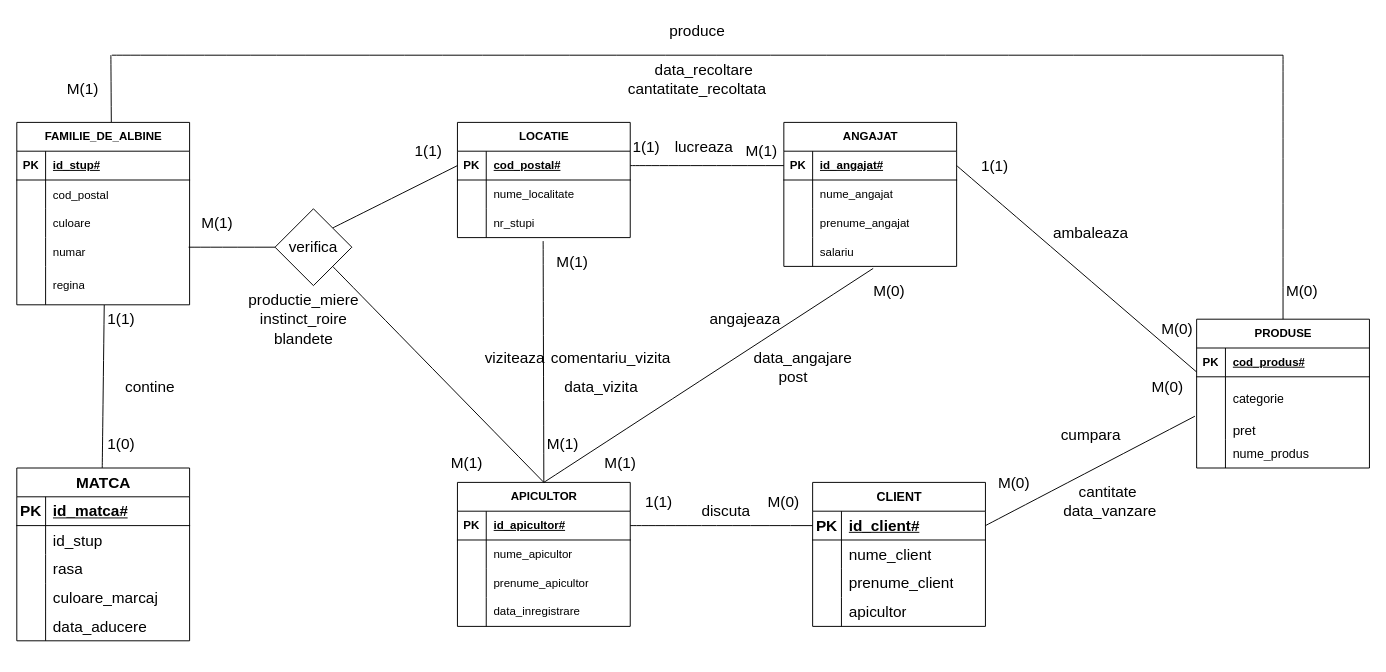
This is page "Page-1" (1 of 2) of Diagramă fără titlu.drawio from Matoka26/DataBase-Stupina, a draw.io file, before an edit. Source tidied: cells renumbered, new cells numbered last; positions are measured from the earlier drawing's top-left corner, leaving out a move shared by most shapes. Both pictures are drawn from the tidied source at 96%, with x=0, y=0 at pixel (16, 16).
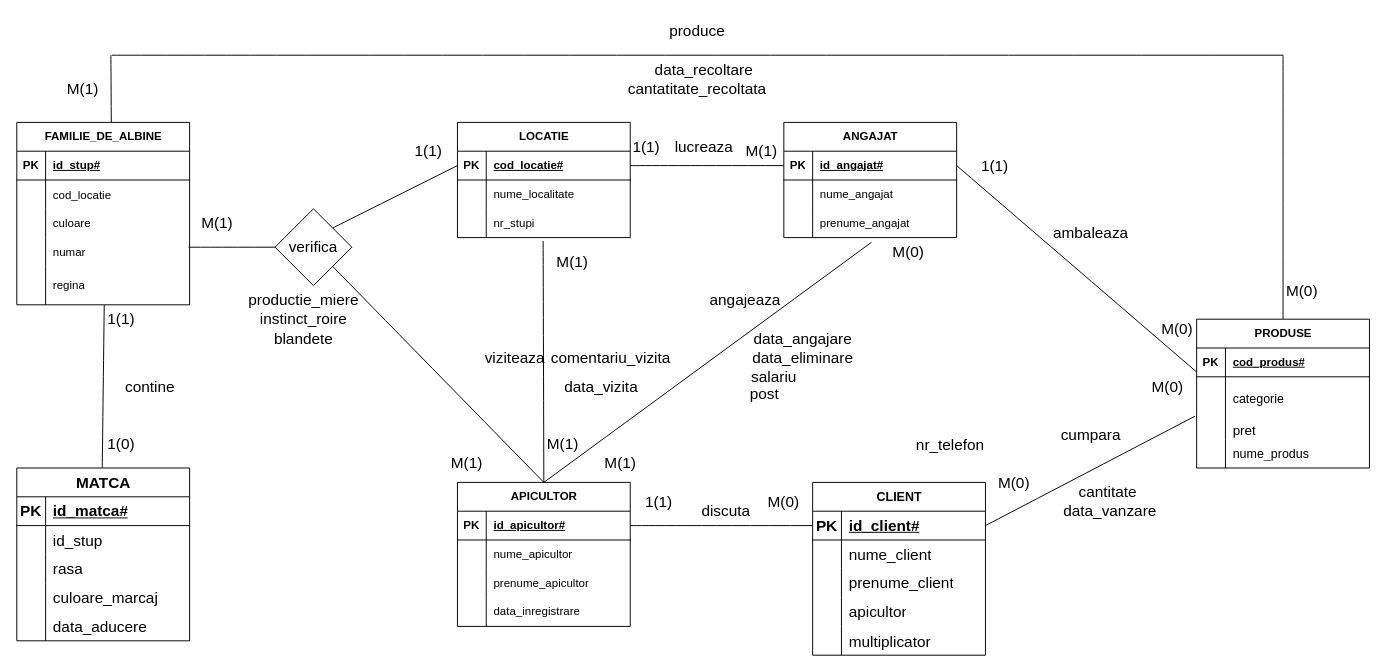
The same diagram, later.

The change refers to these unchanged cells:
```xml
<mxCell id="2" value="APICULTOR" style="shape=table;startSize=30;childLayout=tableLayout;rowLines=0;fontStyle=1;align=center;html=1;" parent="1" vertex="1">
  <mxGeometry x="459" y="485" width="180" height="150" as="geometry" />
</mxCell>
<mxCell id="16" style="shape=tableRow;horizontal=0;startSize=0;swimlaneHead=0;swimlaneBody=0;fillColor=none;points=[[0,0.5],[1,0.5]];portConstraint=eastwest;top=0;left=0;right=0;bottom=1;" parent="15" vertex="1">
  <mxGeometry y="30" width="180" height="30" as="geometry" />
</mxCell>
<mxCell id="32" style="shape=tableRow;horizontal=0;startSize=0;swimlaneHead=0;swimlaneBody=0;fillColor=none;points=[[0,0.5],[1,0.5]];portConstraint=eastwest;top=0;left=0;right=0;bottom=0;" parent="25" vertex="1">
  <mxGeometry y="90" width="180" height="30" as="geometry" />
</mxCell>
<mxCell id="42" style="shape=tableRow;horizontal=0;startSize=0;swimlaneHead=0;swimlaneBody=0;fillColor=none;top=0;left=0;right=0;bottom=0;fontSize=16;" parent="38" vertex="1">
  <mxGeometry y="60" width="180" height="30" as="geometry" />
</mxCell>
```

What changed in the source:
```diff
@@
-    <mxCell id="18" value="cod_postal#" style="shape=partialRectangle;fillColor=none;top=0;left=0;bottom=0;right=0;align=left;spacingLeft=6;fontStyle=5;overflow=hidden;whiteSpace=wrap;html=1;" parent="16" vertex="1">
+    <mxCell id="18" value="cod_locatie#" style="shape=partialRectangle;fillColor=none;top=0;left=0;bottom=0;right=0;align=left;spacingLeft=6;fontStyle=5;overflow=hidden;whiteSpace=wrap;html=1;" parent="16" vertex="1">
       <mxGeometry x="30" width="150" height="30" as="geometry" />
     </mxCell>
@@
     <mxCell id="25" value="ANGAJAT" style="shape=table;startSize=30;childLayout=tableLayout;rowLines=0;fontStyle=1;align=center;html=1;" parent="1" vertex="1">
-      <mxGeometry x="799" y="110" width="180" height="150" as="geometry" />
+      <mxGeometry x="799" y="110" width="180" height="120" as="geometry" />
     </mxCell>
@@
-    <mxCell id="35" style="shape=tableRow;horizontal=0;startSize=0;swimlaneHead=0;swimlaneBody=0;fillColor=none;points=[[0,0.5],[1,0.5]];portConstraint=eastwest;top=0;left=0;right=0;bottom=0;" parent="25" vertex="1">
-      <mxGeometry y="120" width="180" height="30" as="geometry" />
-    </mxCell>
-    <mxCell id="36" style="shape=partialRectangle;fillColor=none;top=0;left=0;bottom=0;right=0;overflow=hidden;" parent="35" vertex="1">
-      <mxGeometry width="30" height="30" as="geometry" />
-    </mxCell>
-    <mxCell id="37" value="salariu" style="shape=partialRectangle;fillColor=none;top=0;left=0;bottom=0;right=0;align=left;spacingLeft=6;overflow=hidden;" parent="35" vertex="1">
-      <mxGeometry x="30" width="150" height="30" as="geometry" />
-    </mxCell>
@@
-    <mxCell id="44" value="cod_postal" style="shape=partialRectangle;fillColor=none;top=0;left=0;bottom=0;right=0;align=left;spacingLeft=6;overflow=hidden;fontSize=12;" parent="42" vertex="1">
+    <mxCell id="44" value="cod_locatie" style="shape=partialRectangle;fillColor=none;top=0;left=0;bottom=0;right=0;align=left;spacingLeft=6;overflow=hidden;fontSize=12;" parent="42" vertex="1">
       <mxGeometry x="30" width="150" height="30" as="geometry" />
     </mxCell>
@@
     <mxCell id="67" value="CLIENT" style="shape=table;startSize=30;childLayout=tableLayout;rowLines=0;fontStyle=1;align=center;html=1;fontSize=13;" parent="1" vertex="1">
-      <mxGeometry x="829" y="485" width="180" height="150" as="geometry" />
+      <mxGeometry x="829" y="485" width="180" height="180" as="geometry" />
     </mxCell>
@@
+    <mxCell id="150" style="shape=tableRow;horizontal=0;startSize=0;swimlaneHead=0;swimlaneBody=0;fillColor=none;top=0;left=0;right=0;bottom=0;fontSize=16;" parent="67" vertex="1">
+      <mxGeometry y="150" width="180" height="30" as="geometry" />
+    </mxCell>
+    <mxCell id="151" style="shape=partialRectangle;fillColor=none;top=0;left=0;bottom=0;right=0;overflow=hidden;fontSize=16;" parent="150" vertex="1">
+      <mxGeometry width="30" height="30" as="geometry" />
+    </mxCell>
+    <mxCell id="152" value="multiplicator" style="shape=partialRectangle;fillColor=none;top=0;left=0;bottom=0;right=0;align=left;spacingLeft=6;overflow=hidden;fontSize=16;" parent="150" vertex="1">
+      <mxGeometry x="30" width="150" height="30" as="geometry" />
+    </mxCell>
@@
-    <mxCell id="93" style="endArrow=none;html=1;rounded=0;fontSize=12;startSize=8;endSize=8;curved=1;entryX=0.517;entryY=1.07;entryDx=0;entryDy=0;entryPerimeter=0;exitX=0.5;exitY=0;exitDx=0;exitDy=0;" parent="1" edge="1" source="2" target="35">
+    <mxCell id="93" style="endArrow=none;html=1;rounded=0;fontSize=12;startSize=8;endSize=8;curved=1;entryX=0.507;entryY=1.164;entryDx=0;entryDy=0;entryPerimeter=0;exitX=0.5;exitY=0;exitDx=0;exitDy=0;" parent="1" edge="1" source="2" target="32">
       <mxGeometry relative="1" as="geometry" />
     </mxCell>
@@
     <mxCell id="99" value="M(0)" style="text;html=1;strokeColor=none;fillColor=none;align=center;verticalAlign=middle;whiteSpace=wrap;rounded=0;fontSize=16;" parent="1" vertex="1">
-      <mxGeometry x="879" y="270" width="60" height="30" as="geometry" />
+      <mxGeometry x="899" y="230" width="60" height="30" as="geometry" />
     </mxCell>
@@
     <mxCell id="101" value="angajeaza" style="text;html=1;strokeColor=none;fillColor=none;align=center;verticalAlign=middle;whiteSpace=wrap;rounded=0;fontSize=16;" parent="1" vertex="1">
-      <mxGeometry x="729" y="300" width="60" height="30" as="geometry" />
+      <mxGeometry x="729" y="280" width="60" height="30" as="geometry" />
     </mxCell>
     <mxCell id="102" value="data_angajare" style="text;html=1;strokeColor=none;fillColor=none;align=center;verticalAlign=middle;whiteSpace=wrap;rounded=0;fontSize=16;" parent="1" vertex="1">
-      <mxGeometry x="789" y="340" width="60" height="30" as="geometry" />
+      <mxGeometry x="789" y="320" width="60" height="30" as="geometry" />
     </mxCell>
-    <mxCell id="103" value="post" style="text;html=1;strokeColor=none;fillColor=none;align=center;verticalAlign=middle;whiteSpace=wrap;rounded=0;fontSize=16;" parent="1" vertex="1">
-      <mxGeometry x="779" y="360" width="60" height="30" as="geometry" />
-    </mxCell>
@@
+    <mxCell id="153" style="shape=table;startSize=0;childLayout=tableLayout;rowLines=0;fontStyle=0;align=center;strokeColor=none;fillColor=none;whiteSpace=wrap;html=1;fontSize=16;" parent="1" vertex="1">
+      <mxGeometry x="899" y="430" width="180" height="30" as="geometry" />
+    </mxCell>
+    <mxCell id="154" style="shape=tableRow;horizontal=0;startSize=0;swimlaneHead=0;swimlaneBody=0;fillColor=none;top=0;left=0;right=0;bottom=0;fontSize=16;" parent="153" vertex="1">
+      <mxGeometry width="180" height="30" as="geometry" />
+    </mxCell>
+    <mxCell id="155" style="shape=partialRectangle;fillColor=none;top=0;left=0;bottom=0;right=0;overflow=hidden;fontSize=16;" parent="154" vertex="1">
+      <mxGeometry width="30" height="30" as="geometry" />
+    </mxCell>
+    <mxCell id="156" value="nr_telefon" style="shape=partialRectangle;fillColor=none;top=0;left=0;bottom=0;right=0;align=left;spacingLeft=6;overflow=hidden;fontSize=16;" parent="154" vertex="1">
+      <mxGeometry x="30" width="150" height="30" as="geometry" />
+    </mxCell>
+    <mxCell id="157" value="data_eliminare" style="text;html=1;strokeColor=none;fillColor=none;align=center;verticalAlign=middle;whiteSpace=wrap;rounded=0;fontSize=16;" parent="1" vertex="1">
+      <mxGeometry x="789" y="340" width="60" height="30" as="geometry" />
+    </mxCell>
+    <mxCell id="37" value="salariu" style="text;html=1;strokeColor=none;fillColor=none;align=center;verticalAlign=middle;whiteSpace=wrap;rounded=0;fontSize=16;" parent="1" vertex="1">
+      <mxGeometry x="759" y="360" width="60" height="30" as="geometry" />
+    </mxCell>
+    <mxCell id="103" value="post" style="text;html=1;strokeColor=none;fillColor=none;align=center;verticalAlign=middle;whiteSpace=wrap;rounded=0;fontSize=16;" parent="1" vertex="1">
+      <mxGeometry x="749" y="377.5" width="60" height="30" as="geometry" />
+    </mxCell>
```
